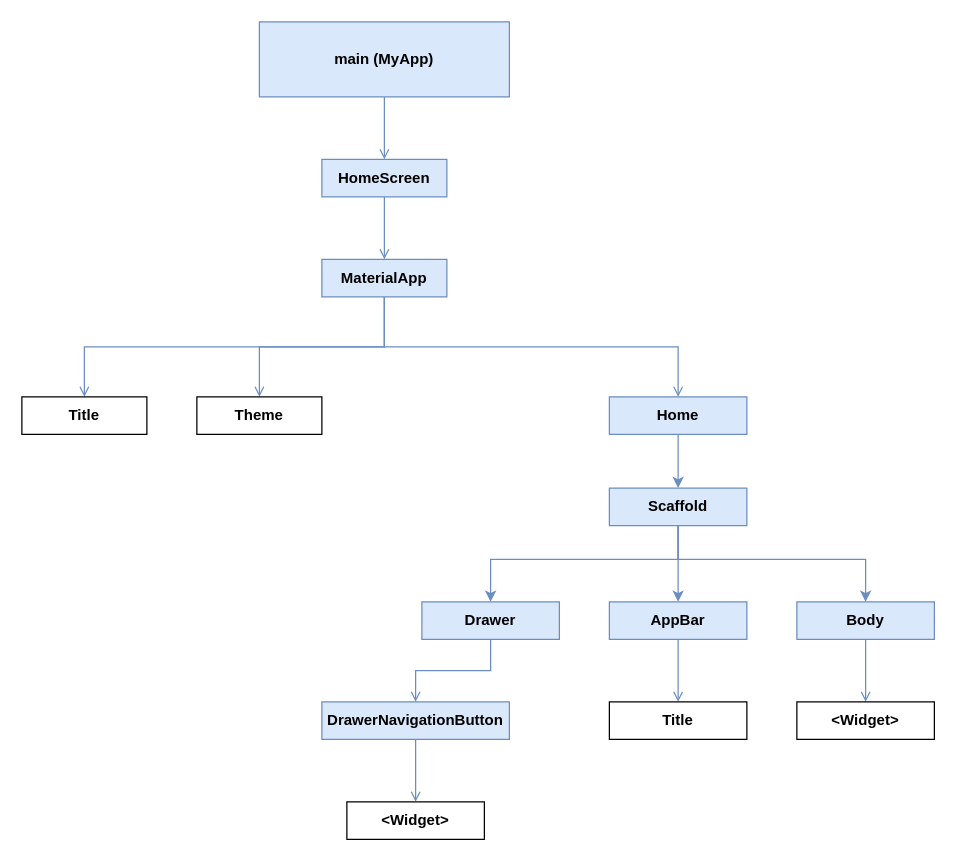
Earlier version of the draw.io diagram Documentacao/Fluxograma/Fluxograma.drawio (salomaotech/FlutterBoot). Source tidied: cells renumbered, new cells numbered last; positions are measured from the earlier drawing's top-left corner, leaving out a move shared by most shapes. Both pictures are drawn from the tidied source at 125%, with x=0, y=0 at pixel (21, 21).
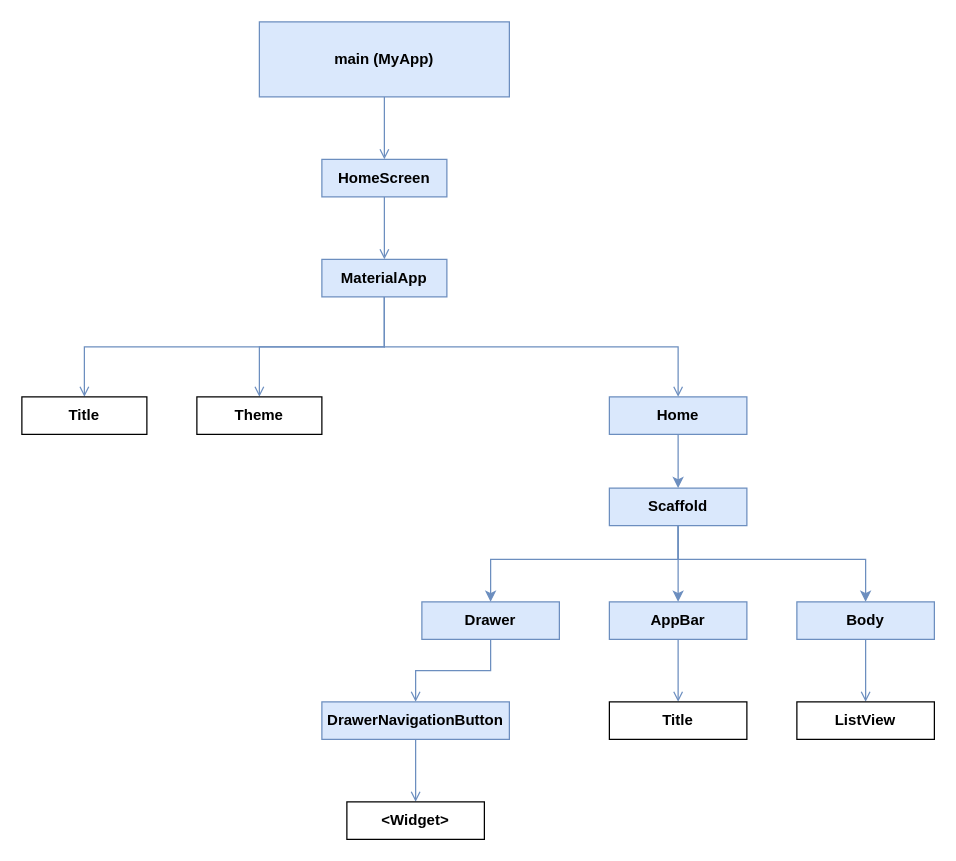
Above is the later version.

Diff of the diagram source:
```diff
@@
-    <mxCell id="21" value="&lt;b&gt;&amp;lt;Widget&amp;gt;&lt;/b&gt;" style="rounded=0;whiteSpace=wrap;html=1;" parent="1" vertex="1">
+    <mxCell id="21" value="&lt;b&gt;ListView&lt;/b&gt;" style="rounded=0;whiteSpace=wrap;html=1;" parent="1" vertex="1">
       <mxGeometry x="620" y="544" width="110" height="30" as="geometry" />
     </mxCell>
```
